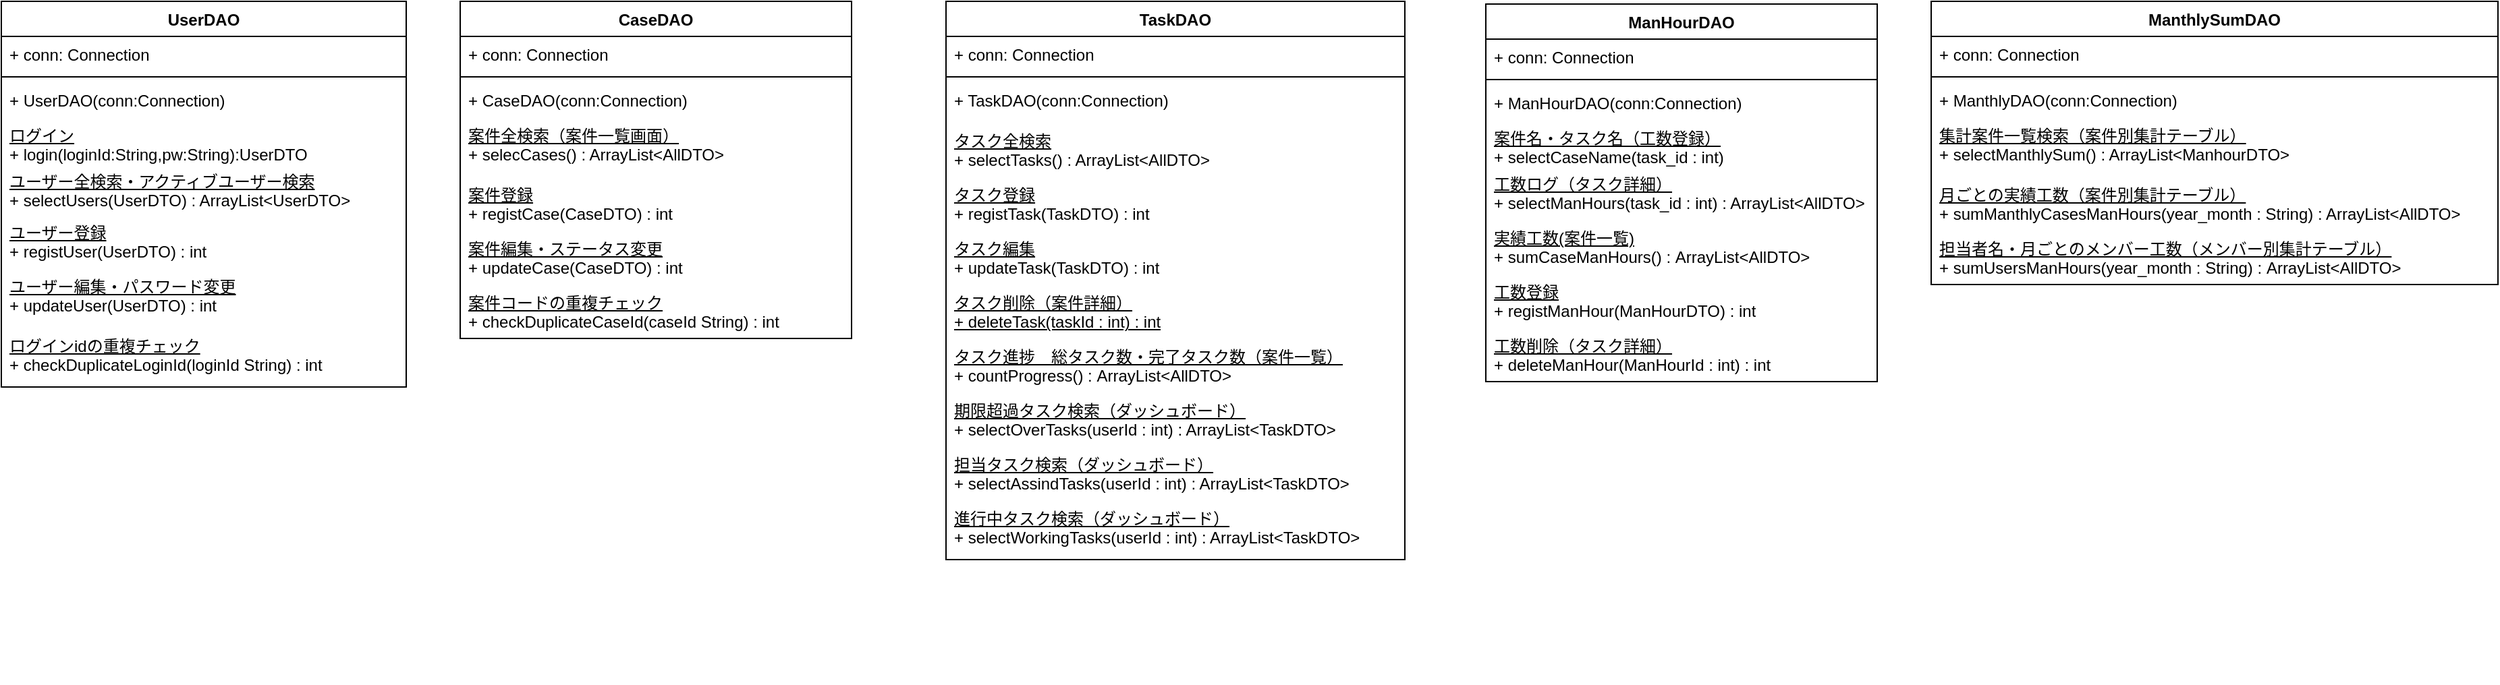
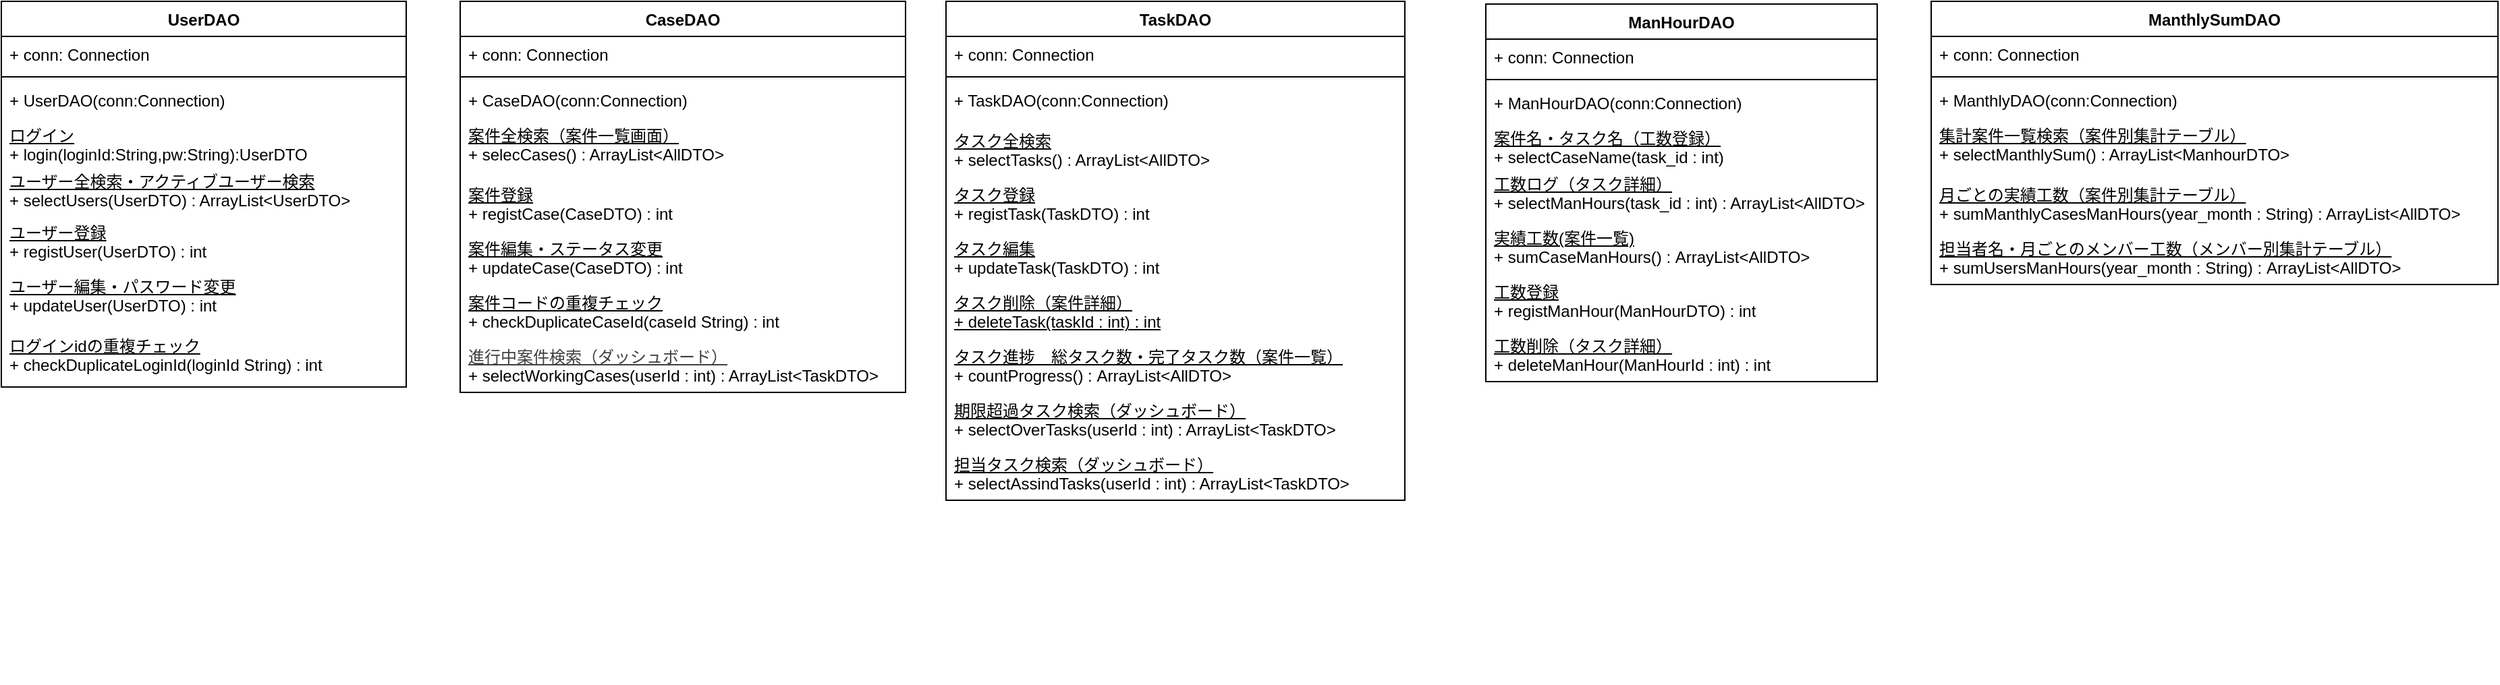
<mxfile host="65bd71144e">
    <diagram id="FiwLhSfAqCs7Xlh_osOK" name="ページ1">
-         <mxGraphModel dx="710" dy="434" grid="1" gridSize="10" guides="1" tooltips="1" connect="1" arrows="1" fold="1" page="1" pageScale="1" pageWidth="827" pageHeight="1169" math="0" shadow="0">
+         <mxGraphModel dx="1072" dy="659" grid="1" gridSize="10" guides="1" tooltips="1" connect="1" arrows="1" fold="1" page="1" pageScale="1" pageWidth="827" pageHeight="1169" math="0" shadow="0">
            <root>
                <mxCell id="0"/>
                <mxCell id="1" parent="0"/>
                <mxCell id="20" value="CaseDAO" style="swimlane;fontStyle=1;align=center;verticalAlign=top;childLayout=stackLayout;horizontal=1;startSize=26;horizontalStack=0;resizeParent=1;resizeParentMax=0;resizeLast=0;collapsible=1;marginBottom=0;whiteSpace=wrap;html=1;" parent="1" vertex="1">
-                     <mxGeometry x="350" y="490" width="290" height="250" as="geometry"/>
+                     <mxGeometry x="350" y="490" width="330" height="290" as="geometry"/>
                </mxCell>
                <mxCell id="21" value="+ conn: Connection" style="text;strokeColor=none;fillColor=none;align=left;verticalAlign=top;spacingLeft=4;spacingRight=4;overflow=hidden;rotatable=0;points=[[0,0.5],[1,0.5]];portConstraint=eastwest;whiteSpace=wrap;html=1;" parent="20" vertex="1">
-                     <mxGeometry y="26" width="290" height="26" as="geometry"/>
+                     <mxGeometry y="26" width="330" height="26" as="geometry"/>
                </mxCell>
                <mxCell id="22" value="" style="line;strokeWidth=1;fillColor=none;align=left;verticalAlign=middle;spacingTop=-1;spacingLeft=3;spacingRight=3;rotatable=0;labelPosition=right;points=[];portConstraint=eastwest;strokeColor=inherit;" parent="20" vertex="1">
-                     <mxGeometry y="52" width="290" height="8" as="geometry"/>
+                     <mxGeometry y="52" width="330" height="8" as="geometry"/>
                </mxCell>
                <mxCell id="23" value="+ CaseDAO(conn:Connection)" style="text;strokeColor=none;fillColor=none;align=left;verticalAlign=top;spacingLeft=4;spacingRight=4;overflow=hidden;rotatable=0;points=[[0,0.5],[1,0.5]];portConstraint=eastwest;whiteSpace=wrap;html=1;" parent="20" vertex="1">
-                     <mxGeometry y="60" width="290" height="26" as="geometry"/>
+                     <mxGeometry y="60" width="330" height="26" as="geometry"/>
                </mxCell>
                <mxCell id="30" value="&lt;div&gt;&lt;u&gt;&lt;font style=&quot;color: rgb(0, 0, 0);&quot;&gt;案件全検索（案件一覧画面）&lt;/font&gt;&lt;/u&gt;&lt;/div&gt;&lt;div&gt;&lt;font style=&quot;color: rgb(0, 0, 0);&quot;&gt;&lt;span style=&quot;background-color: transparent;&quot;&gt;+ selecCases(&lt;/span&gt;&lt;span style=&quot;background-color: transparent;&quot;&gt;) : ArrayList&amp;lt;AllDTO&amp;gt;&lt;/span&gt;&lt;/font&gt;&lt;/div&gt;" style="text;strokeColor=none;fillColor=none;align=left;verticalAlign=top;spacingLeft=4;spacingRight=4;overflow=hidden;rotatable=0;points=[[0,0.5],[1,0.5]];portConstraint=eastwest;whiteSpace=wrap;html=1;fontFamily=Helvetica;fontSize=12;fontColor=default;" parent="20" vertex="1">
-                     <mxGeometry y="86" width="290" height="44" as="geometry"/>
+                     <mxGeometry y="86" width="330" height="44" as="geometry"/>
                </mxCell>
                <mxCell id="54" value="&lt;div&gt;&lt;span&gt;&lt;u style=&quot;&quot;&gt;&lt;font style=&quot;color: rgb(0, 0, 0);&quot;&gt;案件登録&lt;/font&gt;&lt;/u&gt;&lt;/span&gt;&lt;/div&gt;&lt;span style=&quot;color: rgb(0, 0, 0);&quot;&gt;&lt;font style=&quot;color: rgb(0, 0, 0);&quot;&gt;+ registCase(CaseDTO) : int&lt;/font&gt;&lt;/span&gt;" style="text;strokeColor=none;fillColor=none;align=left;verticalAlign=top;spacingLeft=4;spacingRight=4;overflow=hidden;rotatable=0;points=[[0,0.5],[1,0.5]];portConstraint=eastwest;whiteSpace=wrap;html=1;fontFamily=Helvetica;fontSize=12;fontColor=default;" parent="20" vertex="1">
-                     <mxGeometry y="130" width="290" height="40" as="geometry"/>
+                     <mxGeometry y="130" width="330" height="40" as="geometry"/>
                </mxCell>
                <mxCell id="28" value="&lt;div&gt;&lt;u&gt;&lt;font style=&quot;color: rgb(0, 0, 0);&quot;&gt;案件編集・ステータス変更&lt;/font&gt;&lt;/u&gt;&lt;/div&gt;&lt;div&gt;&lt;span style=&quot;background-color: transparent;&quot;&gt;&lt;font style=&quot;color: rgb(0, 0, 0);&quot;&gt;+ updateCase(CaseDTO) : int&lt;/font&gt;&lt;/span&gt;&lt;/div&gt;" style="text;strokeColor=none;fillColor=none;align=left;verticalAlign=top;spacingLeft=4;spacingRight=4;overflow=hidden;rotatable=0;points=[[0,0.5],[1,0.5]];portConstraint=eastwest;whiteSpace=wrap;html=1;fontFamily=Helvetica;fontSize=12;fontColor=default;" parent="20" vertex="1">
-                     <mxGeometry y="170" width="290" height="40" as="geometry"/>
+                     <mxGeometry y="170" width="330" height="40" as="geometry"/>
                </mxCell>
-                 <mxCell id="95" value="&lt;u&gt;案件コードの重複チェック&lt;/u&gt;&lt;div&gt;+ checkDuplicateCaseId(caseId String) : int&amp;nbsp;&lt;/div&gt;" style="text;strokeColor=none;fillColor=none;align=left;verticalAlign=top;spacingLeft=4;spacingRight=4;overflow=hidden;rotatable=0;points=[[0,0.5],[1,0.5]];portConstraint=eastwest;whiteSpace=wrap;html=1;fontFamily=Helvetica;fontSize=12;fontColor=default;" vertex="1" parent="20">
-                     <mxGeometry y="210" width="290" height="40" as="geometry"/>
+                 <mxCell id="95" value="&lt;u&gt;案件コードの重複チェック&lt;/u&gt;&lt;div&gt;+ checkDuplicateCaseId(caseId String) : int&amp;nbsp;&lt;/div&gt;" style="text;strokeColor=none;fillColor=none;align=left;verticalAlign=top;spacingLeft=4;spacingRight=4;overflow=hidden;rotatable=0;points=[[0,0.5],[1,0.5]];portConstraint=eastwest;whiteSpace=wrap;html=1;fontFamily=Helvetica;fontSize=12;fontColor=default;" parent="20" vertex="1">
+                     <mxGeometry y="210" width="330" height="40" as="geometry"/>
+                 </mxCell>
+                 <mxCell id="96" value="&lt;div style=&quot;scrollbar-color: rgb(226, 226, 226) rgb(251, 251, 251); color: rgb(63, 63, 63);&quot;&gt;&lt;font style=&quot;scrollbar-color: rgb(226, 226, 226) rgb(251, 251, 251); color: rgb(63, 63, 63);&quot;&gt;&lt;u style=&quot;scrollbar-color: rgb(226, 226, 226) rgb(251, 251, 251); color: rgb(63, 63, 63);&quot;&gt;進行中案件検索（ダッシュボード）&lt;/u&gt;&lt;/font&gt;&lt;/div&gt;&lt;span style=&quot;scrollbar-color: rgb(226, 226, 226) rgb(251, 251, 251); color: rgb(0, 0, 0);&quot;&gt;+ selectWorkingCases(&lt;span style=&quot;scrollbar-color: rgb(226, 226, 226) rgb(251, 251, 251); color: rgb(0, 0, 0);&quot;&gt;userId : int&lt;/span&gt;) : ArrayList&amp;lt;TaskDTO&amp;gt;&lt;/span&gt;" style="text;strokeColor=none;fillColor=none;align=left;verticalAlign=top;spacingLeft=4;spacingRight=4;overflow=hidden;rotatable=0;points=[[0,0.5],[1,0.5]];portConstraint=eastwest;whiteSpace=wrap;html=1;fontFamily=Helvetica;fontSize=12;fontColor=default;" vertex="1" parent="20">
+                     <mxGeometry y="250" width="330" height="40" as="geometry"/>
                </mxCell>
                <mxCell id="27" style="text;strokeColor=none;fillColor=none;align=left;verticalAlign=top;spacingLeft=4;spacingRight=4;overflow=hidden;rotatable=0;points=[[0,0.5],[1,0.5]];portConstraint=eastwest;whiteSpace=wrap;html=1;" parent="20" vertex="1">
-                     <mxGeometry y="250" width="290" as="geometry"/>
+                     <mxGeometry y="290" width="330" as="geometry"/>
                </mxCell>
                <mxCell id="32" value="UserDAO" style="swimlane;fontStyle=1;align=center;verticalAlign=top;childLayout=stackLayout;horizontal=1;startSize=26;horizontalStack=0;resizeParent=1;resizeParentMax=0;resizeLast=0;collapsible=1;marginBottom=0;whiteSpace=wrap;html=1;" parent="1" vertex="1">
                    <mxGeometry x="10" y="490" width="300" height="286" as="geometry"/>
                </mxCell>
                <mxCell id="33" value="+ conn: Connection" style="text;strokeColor=none;fillColor=none;align=left;verticalAlign=top;spacingLeft=4;spacingRight=4;overflow=hidden;rotatable=0;points=[[0,0.5],[1,0.5]];portConstraint=eastwest;whiteSpace=wrap;html=1;" parent="32" vertex="1">
                    <mxGeometry y="26" width="300" height="26" as="geometry"/>
                </mxCell>
                <mxCell id="34" value="" style="line;strokeWidth=1;fillColor=none;align=left;verticalAlign=middle;spacingTop=-1;spacingLeft=3;spacingRight=3;rotatable=0;labelPosition=right;points=[];portConstraint=eastwest;strokeColor=inherit;" parent="32" vertex="1">
                    <mxGeometry y="52" width="300" height="8" as="geometry"/>
                </mxCell>
                <mxCell id="35" value="+ UserDAO(conn:Connection)" style="text;strokeColor=none;fillColor=none;align=left;verticalAlign=top;spacingLeft=4;spacingRight=4;overflow=hidden;rotatable=0;points=[[0,0.5],[1,0.5]];portConstraint=eastwest;whiteSpace=wrap;html=1;" parent="32" vertex="1">
                    <mxGeometry y="60" width="300" height="26" as="geometry"/>
                </mxCell>
                <mxCell id="41" value="&lt;div&gt;&lt;span style=&quot;background-color: transparent;&quot;&gt;&lt;u&gt;ログイン&lt;/u&gt;&lt;/span&gt;&lt;/div&gt;&lt;div&gt;&lt;span style=&quot;color: rgb(0, 0, 0);&quot;&gt;+ login(loginId:String,pw:String):UserDTO&lt;/span&gt;&lt;/div&gt;" style="text;strokeColor=none;fillColor=none;align=left;verticalAlign=top;spacingLeft=4;spacingRight=4;overflow=hidden;rotatable=0;points=[[0,0.5],[1,0.5]];portConstraint=eastwest;whiteSpace=wrap;html=1;" parent="32" vertex="1">
                    <mxGeometry y="86" width="300" height="34" as="geometry"/>
                </mxCell>
                <mxCell id="37" value="&lt;div&gt;&lt;span style=&quot;background-color: transparent;&quot;&gt;&lt;font style=&quot;color: rgb(0, 0, 0);&quot;&gt;&lt;u&gt;ユーザー全検索・アクティブユーザー検索&lt;/u&gt;&lt;/font&gt;&lt;/span&gt;&lt;/div&gt;&lt;div&gt;&lt;span style=&quot;background-color: transparent;&quot;&gt;&lt;font style=&quot;color: rgb(0, 0, 0);&quot;&gt;+ selectUsers(UserDTO) : ArrayList&amp;lt;UserDTO&amp;gt;&lt;/font&gt;&lt;/span&gt;&lt;/div&gt;" style="text;strokeColor=none;fillColor=none;align=left;verticalAlign=top;spacingLeft=4;spacingRight=4;overflow=hidden;rotatable=0;points=[[0,0.5],[1,0.5]];portConstraint=eastwest;whiteSpace=wrap;html=1;fontFamily=Helvetica;fontSize=12;fontColor=default;" parent="32" vertex="1">
                    <mxGeometry y="120" width="300" height="38" as="geometry"/>
                </mxCell>
                <mxCell id="43" value="&lt;div&gt;&lt;font style=&quot;color: rgb(0, 0, 0);&quot;&gt;&lt;u&gt;ユーザー登録&lt;/u&gt;&lt;/font&gt;&lt;/div&gt;&lt;div&gt;&lt;font style=&quot;color: rgb(0, 0, 0);&quot;&gt;+ registUser(UserDTO) : int&lt;/font&gt;&lt;/div&gt;" style="text;strokeColor=none;fillColor=none;align=left;verticalAlign=top;spacingLeft=4;spacingRight=4;overflow=hidden;rotatable=0;points=[[0,0.5],[1,0.5]];portConstraint=eastwest;whiteSpace=wrap;html=1;fontFamily=Helvetica;fontSize=12;fontColor=default;" parent="32" vertex="1">
                    <mxGeometry y="158" width="300" height="40" as="geometry"/>
                </mxCell>
                <mxCell id="39" value="&lt;div&gt;&lt;u&gt;ユーザー編集・パスワード変更&lt;/u&gt;&lt;/div&gt;+ updateUser(UserDTO) : int" style="text;strokeColor=none;fillColor=none;align=left;verticalAlign=top;spacingLeft=4;spacingRight=4;overflow=hidden;rotatable=0;points=[[0,0.5],[1,0.5]];portConstraint=eastwest;whiteSpace=wrap;html=1;fontFamily=Helvetica;fontSize=12;fontColor=default;" parent="32" vertex="1">
                    <mxGeometry y="198" width="300" height="44" as="geometry"/>
                </mxCell>
-                 <mxCell id="94" value="&lt;u&gt;ログインidの重複チェック&lt;/u&gt;&lt;div&gt;+ checkDuplicateLoginId(loginId String) : int&lt;/div&gt;" style="text;strokeColor=none;fillColor=none;align=left;verticalAlign=top;spacingLeft=4;spacingRight=4;overflow=hidden;rotatable=0;points=[[0,0.5],[1,0.5]];portConstraint=eastwest;whiteSpace=wrap;html=1;fontFamily=Helvetica;fontSize=12;fontColor=default;" vertex="1" parent="32">
+                 <mxCell id="94" value="&lt;u&gt;ログインidの重複チェック&lt;/u&gt;&lt;div&gt;+ checkDuplicateLoginId(loginId String) : int&lt;/div&gt;" style="text;strokeColor=none;fillColor=none;align=left;verticalAlign=top;spacingLeft=4;spacingRight=4;overflow=hidden;rotatable=0;points=[[0,0.5],[1,0.5]];portConstraint=eastwest;whiteSpace=wrap;html=1;fontFamily=Helvetica;fontSize=12;fontColor=default;" parent="32" vertex="1">
                    <mxGeometry y="242" width="300" height="44" as="geometry"/>
                </mxCell>
                <mxCell id="40" style="text;strokeColor=none;fillColor=none;align=left;verticalAlign=top;spacingLeft=4;spacingRight=4;overflow=hidden;rotatable=0;points=[[0,0.5],[1,0.5]];portConstraint=eastwest;whiteSpace=wrap;html=1;" parent="32" vertex="1">
                    <mxGeometry y="286" width="300" as="geometry"/>
                </mxCell>
                <mxCell id="45" value="TaskDAO" style="swimlane;fontStyle=1;align=center;verticalAlign=top;childLayout=stackLayout;horizontal=1;startSize=26;horizontalStack=0;resizeParent=1;resizeParentMax=0;resizeLast=0;collapsible=1;marginBottom=0;whiteSpace=wrap;html=1;" parent="1" vertex="1">
-                     <mxGeometry x="710" y="490" width="340" height="414" as="geometry"/>
+                     <mxGeometry x="710" y="490" width="340" height="370" as="geometry"/>
                </mxCell>
                <mxCell id="46" value="+ conn: Connection" style="text;strokeColor=none;fillColor=none;align=left;verticalAlign=top;spacingLeft=4;spacingRight=4;overflow=hidden;rotatable=0;points=[[0,0.5],[1,0.5]];portConstraint=eastwest;whiteSpace=wrap;html=1;" parent="45" vertex="1">
                    <mxGeometry y="26" width="340" height="26" as="geometry"/>
                </mxCell>
                <mxCell id="47" value="" style="line;strokeWidth=1;fillColor=none;align=left;verticalAlign=middle;spacingTop=-1;spacingLeft=3;spacingRight=3;rotatable=0;labelPosition=right;points=[];portConstraint=eastwest;strokeColor=inherit;" parent="45" vertex="1">
                    <mxGeometry y="52" width="340" height="8" as="geometry"/>
                </mxCell>
                <mxCell id="48" value="+ TaskDAO(conn:Connection)" style="text;strokeColor=none;fillColor=none;align=left;verticalAlign=top;spacingLeft=4;spacingRight=4;overflow=hidden;rotatable=0;points=[[0,0.5],[1,0.5]];portConstraint=eastwest;whiteSpace=wrap;html=1;" parent="45" vertex="1">
                    <mxGeometry y="60" width="340" height="30" as="geometry"/>
                </mxCell>
                <mxCell id="49" value="&lt;div&gt;&lt;u&gt;タスク全検索&lt;/u&gt;&lt;/div&gt;+ selectTasks() : ArrayList&amp;lt;AllDTO&amp;gt;" style="text;strokeColor=none;fillColor=none;align=left;verticalAlign=top;spacingLeft=4;spacingRight=4;overflow=hidden;rotatable=0;points=[[0,0.5],[1,0.5]];portConstraint=eastwest;whiteSpace=wrap;html=1;fontFamily=Helvetica;fontSize=12;fontColor=default;" parent="45" vertex="1">
                    <mxGeometry y="90" width="340" height="40" as="geometry"/>
                </mxCell>
                <mxCell id="51" value="&lt;div&gt;&lt;u&gt;タスク登録&lt;/u&gt;&lt;/div&gt;+ registTask(TaskDTO) : int" style="text;strokeColor=none;fillColor=none;align=left;verticalAlign=top;spacingLeft=4;spacingRight=4;overflow=hidden;rotatable=0;points=[[0,0.5],[1,0.5]];portConstraint=eastwest;whiteSpace=wrap;html=1;fontFamily=Helvetica;fontSize=12;fontColor=default;" parent="45" vertex="1">
                    <mxGeometry y="130" width="340" height="40" as="geometry"/>
                </mxCell>
                <mxCell id="52" value="&lt;div&gt;&lt;u&gt;タスク編集&lt;/u&gt;&lt;/div&gt;+ updateTask(TaskDTO) : int" style="text;strokeColor=none;fillColor=none;align=left;verticalAlign=top;spacingLeft=4;spacingRight=4;overflow=hidden;rotatable=0;points=[[0,0.5],[1,0.5]];portConstraint=eastwest;whiteSpace=wrap;html=1;fontFamily=Helvetica;fontSize=12;fontColor=default;" parent="45" vertex="1">
                    <mxGeometry y="170" width="340" height="40" as="geometry"/>
                </mxCell>
                <mxCell id="93" value="&lt;u&gt;タスク削除（案件詳細）&lt;/u&gt;&lt;div&gt;&lt;u&gt;&lt;font style=&quot;color: rgb(0, 0, 0);&quot;&gt;+ deleteTask(taskId : int) : int&lt;/font&gt;&lt;/u&gt;&lt;/div&gt;" style="text;strokeColor=none;fillColor=none;align=left;verticalAlign=top;spacingLeft=4;spacingRight=4;overflow=hidden;rotatable=0;points=[[0,0.5],[1,0.5]];portConstraint=eastwest;whiteSpace=wrap;html=1;fontFamily=Helvetica;fontSize=12;fontColor=default;" parent="45" vertex="1">
                    <mxGeometry y="210" width="340" height="40" as="geometry"/>
                </mxCell>
                <mxCell id="91" value="&lt;div&gt;&lt;u&gt;タスク進捗　総タスク数・完了タスク数（案件一覧）&lt;/u&gt;&lt;/div&gt;+ countProgress() :&amp;nbsp;&lt;span style=&quot;color: rgb(0, 0, 0);&quot;&gt;ArrayList&amp;lt;AllDTO&amp;gt;&lt;/span&gt;" style="text;strokeColor=none;fillColor=none;align=left;verticalAlign=top;spacingLeft=4;spacingRight=4;overflow=hidden;rotatable=0;points=[[0,0.5],[1,0.5]];portConstraint=eastwest;whiteSpace=wrap;html=1;fontFamily=Helvetica;fontSize=12;fontColor=default;" parent="45" vertex="1">
                    <mxGeometry y="250" width="340" height="40" as="geometry"/>
                </mxCell>
                <mxCell id="86" value="&lt;div&gt;&lt;font color=&quot;#000000&quot;&gt;&lt;u&gt;期限超過タスク検索（ダッシュボード）&lt;/u&gt;&lt;/font&gt;&lt;/div&gt;&lt;span style=&quot;color: rgb(0, 0, 0);&quot;&gt;+ selectOverTasks(&lt;span style=&quot;color: rgb(0, 0, 0);&quot;&gt;userId : int&lt;/span&gt;) : ArrayList&amp;lt;TaskDTO&amp;gt;&lt;/span&gt;" style="text;strokeColor=none;fillColor=none;align=left;verticalAlign=top;spacingLeft=4;spacingRight=4;overflow=hidden;rotatable=0;points=[[0,0.5],[1,0.5]];portConstraint=eastwest;whiteSpace=wrap;html=1;fontFamily=Helvetica;fontSize=12;fontColor=default;" parent="45" vertex="1">
                    <mxGeometry y="290" width="340" height="40" as="geometry"/>
                </mxCell>
                <mxCell id="85" value="&lt;div&gt;&lt;span style=&quot;color: rgb(0, 0, 0);&quot;&gt;&lt;u&gt;担当タスク検索（ダッシュボード）&lt;/u&gt;&lt;/span&gt;&lt;/div&gt;&lt;span style=&quot;color: rgb(0, 0, 0);&quot;&gt;+ selectAssindTasks(&lt;span style=&quot;color: rgb(0, 0, 0);&quot;&gt;userId : int&lt;/span&gt;) : ArrayList&amp;lt;TaskDTO&amp;gt;&lt;/span&gt;" style="text;strokeColor=none;fillColor=none;align=left;verticalAlign=top;spacingLeft=4;spacingRight=4;overflow=hidden;rotatable=0;points=[[0,0.5],[1,0.5]];portConstraint=eastwest;whiteSpace=wrap;html=1;fontFamily=Helvetica;fontSize=12;fontColor=default;" parent="45" vertex="1">
                    <mxGeometry y="330" width="340" height="40" as="geometry"/>
                </mxCell>
-                 <mxCell id="84" value="&lt;div&gt;&lt;font color=&quot;#000000&quot;&gt;&lt;u&gt;進行中タスク検索（ダッシュボード）&lt;/u&gt;&lt;/font&gt;&lt;/div&gt;&lt;span style=&quot;color: rgb(0, 0, 0);&quot;&gt;+ selectWorkingTasks(&lt;span style=&quot;color: rgb(0, 0, 0);&quot;&gt;userId : int&lt;/span&gt;) : ArrayList&amp;lt;TaskDTO&amp;gt;&lt;/span&gt;" style="text;strokeColor=none;fillColor=none;align=left;verticalAlign=top;spacingLeft=4;spacingRight=4;overflow=hidden;rotatable=0;points=[[0,0.5],[1,0.5]];portConstraint=eastwest;whiteSpace=wrap;html=1;fontFamily=Helvetica;fontSize=12;fontColor=default;" parent="45" vertex="1">
-                     <mxGeometry y="370" width="340" height="44" as="geometry"/>
-                 </mxCell>
                <mxCell id="53" style="text;strokeColor=none;fillColor=none;align=left;verticalAlign=top;spacingLeft=4;spacingRight=4;overflow=hidden;rotatable=0;points=[[0,0.5],[1,0.5]];portConstraint=eastwest;whiteSpace=wrap;html=1;" parent="45" vertex="1">
-                     <mxGeometry y="414" width="340" as="geometry"/>
+                     <mxGeometry y="370" width="340" as="geometry"/>
                </mxCell>
                <mxCell id="55" value="ManHourDAO" style="swimlane;fontStyle=1;align=center;verticalAlign=top;childLayout=stackLayout;horizontal=1;startSize=26;horizontalStack=0;resizeParent=1;resizeParentMax=0;resizeLast=0;collapsible=1;marginBottom=0;whiteSpace=wrap;html=1;" parent="1" vertex="1">
                    <mxGeometry x="1110" y="492" width="290" height="280" as="geometry"/>
                </mxCell>
                <mxCell id="56" value="&lt;span style=&quot;color: rgb(0, 0, 0);&quot;&gt;+ conn: Connection&lt;/span&gt;" style="text;strokeColor=none;fillColor=none;align=left;verticalAlign=top;spacingLeft=4;spacingRight=4;overflow=hidden;rotatable=0;points=[[0,0.5],[1,0.5]];portConstraint=eastwest;whiteSpace=wrap;html=1;" parent="55" vertex="1">
                    <mxGeometry y="26" width="290" height="26" as="geometry"/>
                </mxCell>
                <mxCell id="57" value="" style="line;strokeWidth=1;fillColor=none;align=left;verticalAlign=middle;spacingTop=-1;spacingLeft=3;spacingRight=3;rotatable=0;labelPosition=right;points=[];portConstraint=eastwest;strokeColor=inherit;" parent="55" vertex="1">
                    <mxGeometry y="52" width="290" height="8" as="geometry"/>
                </mxCell>
                <mxCell id="58" value="+ ManHourDAO(conn:Connection)" style="text;strokeColor=none;fillColor=none;align=left;verticalAlign=top;spacingLeft=4;spacingRight=4;overflow=hidden;rotatable=0;points=[[0,0.5],[1,0.5]];portConstraint=eastwest;whiteSpace=wrap;html=1;" parent="55" vertex="1">
                    <mxGeometry y="60" width="290" height="26" as="geometry"/>
                </mxCell>
                <mxCell id="62" value="&lt;div&gt;&lt;u&gt;案件名・タスク名（工数登録）&lt;/u&gt;&lt;/div&gt;+ selectC&lt;span style=&quot;color: rgb(0, 0, 0);&quot;&gt;aseName&lt;/span&gt;(task_id : int) &lt;span style=&quot;color: rgb(0, 0, 0);&quot;&gt;:&amp;nbsp;&lt;/span&gt;&lt;span style=&quot;color: rgb(0, 0, 0);&quot;&gt;ArrayList&amp;lt;AllDTO&amp;gt;&lt;/span&gt;" style="text;strokeColor=none;fillColor=none;align=left;verticalAlign=top;spacingLeft=4;spacingRight=4;overflow=hidden;rotatable=0;points=[[0,0.5],[1,0.5]];portConstraint=eastwest;whiteSpace=wrap;html=1;" parent="55" vertex="1">
                    <mxGeometry y="86" width="290" height="34" as="geometry"/>
                </mxCell>
                <mxCell id="80" value="&lt;div&gt;&lt;u&gt;工数ログ（タスク詳細）&lt;/u&gt;&lt;/div&gt;+ selectManHours(task_id : int) : ArrayList&amp;lt;AllDTO&amp;gt;" style="text;strokeColor=none;fillColor=none;align=left;verticalAlign=top;spacingLeft=4;spacingRight=4;overflow=hidden;rotatable=0;points=[[0,0.5],[1,0.5]];portConstraint=eastwest;whiteSpace=wrap;html=1;" parent="55" vertex="1">
                    <mxGeometry y="120" width="290" height="40" as="geometry"/>
                </mxCell>
                <mxCell id="92" value="&lt;div&gt;&lt;u&gt;実績工数(案件一覧)&lt;/u&gt;&lt;/div&gt;+ sumCaseManHours() :&amp;nbsp;&lt;span style=&quot;color: rgb(0, 0, 0);&quot;&gt;ArrayList&amp;lt;AllDTO&amp;gt;&lt;/span&gt;" style="text;strokeColor=none;fillColor=none;align=left;verticalAlign=top;spacingLeft=4;spacingRight=4;overflow=hidden;rotatable=0;points=[[0,0.5],[1,0.5]];portConstraint=eastwest;whiteSpace=wrap;html=1;" parent="55" vertex="1">
                    <mxGeometry y="160" width="290" height="40" as="geometry"/>
                </mxCell>
                <mxCell id="61" value="&lt;div&gt;&lt;u&gt;工数登録&lt;/u&gt;&lt;/div&gt;+ registManHour(ManHourDTO) : int" style="text;strokeColor=none;fillColor=none;align=left;verticalAlign=top;spacingLeft=4;spacingRight=4;overflow=hidden;rotatable=0;points=[[0,0.5],[1,0.5]];portConstraint=eastwest;whiteSpace=wrap;html=1;" parent="55" vertex="1">
                    <mxGeometry y="200" width="290" height="40" as="geometry"/>
                </mxCell>
                <mxCell id="64" value="&lt;div&gt;&lt;u&gt;工数削除（タスク詳細）&lt;/u&gt;&lt;/div&gt;+ deleteManHour(ManHourId : int) : int" style="text;strokeColor=none;fillColor=none;align=left;verticalAlign=top;spacingLeft=4;spacingRight=4;overflow=hidden;rotatable=0;points=[[0,0.5],[1,0.5]];portConstraint=eastwest;whiteSpace=wrap;html=1;" parent="55" vertex="1">
                    <mxGeometry y="240" width="290" height="40" as="geometry"/>
                </mxCell>
                <mxCell id="59" style="text;strokeColor=none;fillColor=none;align=left;verticalAlign=top;spacingLeft=4;spacingRight=4;overflow=hidden;rotatable=0;points=[[0,0.5],[1,0.5]];portConstraint=eastwest;whiteSpace=wrap;html=1;" parent="1" vertex="1">
                    <mxGeometry x="390" y="970" width="290" height="26" as="geometry"/>
                </mxCell>
                <mxCell id="65" value="ManthlySumDAO" style="swimlane;fontStyle=1;align=center;verticalAlign=top;childLayout=stackLayout;horizontal=1;startSize=26;horizontalStack=0;resizeParent=1;resizeParentMax=0;resizeLast=0;collapsible=1;marginBottom=0;whiteSpace=wrap;html=1;" parent="1" vertex="1">
                    <mxGeometry x="1440" y="490" width="420" height="210" as="geometry"/>
                </mxCell>
                <mxCell id="66" value="&lt;span style=&quot;color: rgb(0, 0, 0);&quot;&gt;+ conn: Connection&lt;/span&gt;" style="text;strokeColor=none;fillColor=none;align=left;verticalAlign=top;spacingLeft=4;spacingRight=4;overflow=hidden;rotatable=0;points=[[0,0.5],[1,0.5]];portConstraint=eastwest;whiteSpace=wrap;html=1;" parent="65" vertex="1">
                    <mxGeometry y="26" width="420" height="26" as="geometry"/>
                </mxCell>
                <mxCell id="67" value="" style="line;strokeWidth=1;fillColor=none;align=left;verticalAlign=middle;spacingTop=-1;spacingLeft=3;spacingRight=3;rotatable=0;labelPosition=right;points=[];portConstraint=eastwest;strokeColor=inherit;" parent="65" vertex="1">
                    <mxGeometry y="52" width="420" height="8" as="geometry"/>
                </mxCell>
                <mxCell id="68" value="+ ManthlyDAO(conn:Connection)" style="text;strokeColor=none;fillColor=none;align=left;verticalAlign=top;spacingLeft=4;spacingRight=4;overflow=hidden;rotatable=0;points=[[0,0.5],[1,0.5]];portConstraint=eastwest;whiteSpace=wrap;html=1;" parent="65" vertex="1">
                    <mxGeometry y="60" width="420" height="26" as="geometry"/>
                </mxCell>
                <mxCell id="69" value="&lt;div&gt;&lt;u&gt;集計案件一覧検索（案件別集計テーブル）&lt;/u&gt;&lt;/div&gt;+ selectManthlySum() : ArrayList&amp;lt;ManhourDTO&amp;gt;" style="text;strokeColor=none;fillColor=none;align=left;verticalAlign=top;spacingLeft=4;spacingRight=4;overflow=hidden;rotatable=0;points=[[0,0.5],[1,0.5]];portConstraint=eastwest;whiteSpace=wrap;html=1;" parent="65" vertex="1">
                    <mxGeometry y="86" width="420" height="44" as="geometry"/>
                </mxCell>
                <mxCell id="77" value="&lt;div&gt;&lt;span style=&quot;color: rgb(0, 0, 0);&quot;&gt;&lt;u&gt;月ごとの実績工数（案件別集計テーブル）&lt;/u&gt;&lt;/span&gt;&lt;/div&gt;&lt;span style=&quot;color: rgb(0, 0, 0);&quot;&gt;+ sumManthlyCasesManHours&lt;span style=&quot;color: rgb(0, 0, 0);&quot;&gt;(year_month : String)&lt;/span&gt;&amp;nbsp;: ArrayList&amp;lt;AllDTO&amp;gt;&lt;/span&gt;" style="text;strokeColor=none;fillColor=none;align=left;verticalAlign=top;spacingLeft=4;spacingRight=4;overflow=hidden;rotatable=0;points=[[0,0.5],[1,0.5]];portConstraint=eastwest;whiteSpace=wrap;html=1;" parent="65" vertex="1">
                    <mxGeometry y="130" width="420" height="40" as="geometry"/>
                </mxCell>
                <mxCell id="78" value="&lt;div&gt;&lt;u&gt;担当者名・月ごとのメンバー工数（メンバー別集計テーブル）&lt;/u&gt;&lt;/div&gt;+ sumUsersManHours&lt;span style=&quot;color: rgb(0, 0, 0);&quot;&gt;(year_month : String)&lt;/span&gt;&amp;nbsp;:&amp;nbsp;&lt;span style=&quot;color: rgb(0, 0, 0);&quot;&gt;ArrayList&amp;lt;AllDTO&amp;gt;&lt;/span&gt;" style="text;strokeColor=none;fillColor=none;align=left;verticalAlign=top;spacingLeft=4;spacingRight=4;overflow=hidden;rotatable=0;points=[[0,0.5],[1,0.5]];portConstraint=eastwest;whiteSpace=wrap;html=1;" parent="65" vertex="1">
                    <mxGeometry y="170" width="420" height="40" as="geometry"/>
                </mxCell>
            </root>
        </mxGraphModel>
    </diagram>
</mxfile>